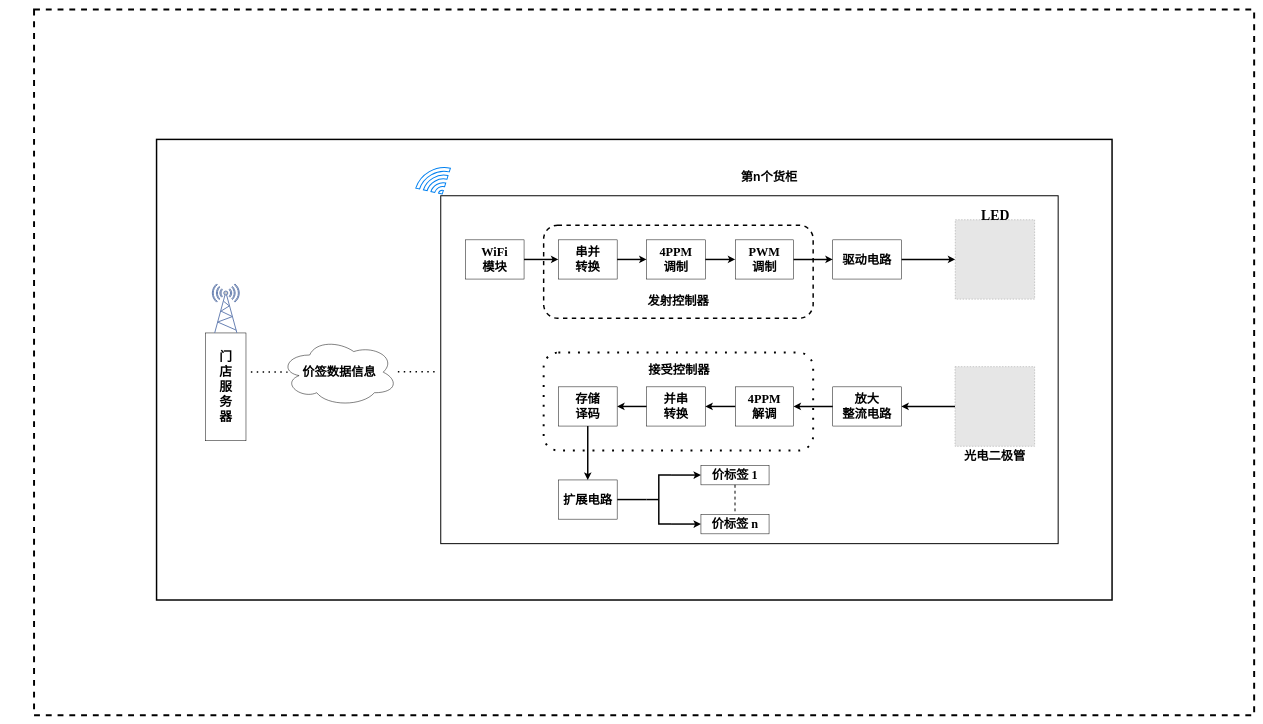
Earlier version of the draw.io diagram 图.drawio (AXYZdong/useful-things). Source tidied: cells renumbered, new cells numbered last; positions are measured from the earlier drawing's top-left corner, leaving out a move shared by most shapes. Both pictures are drawn from the tidied source at 49%, with x=0, y=0 at pixel (34, 9). Pictures stored in the file or linked from it are replaced by grey dashed boxes.
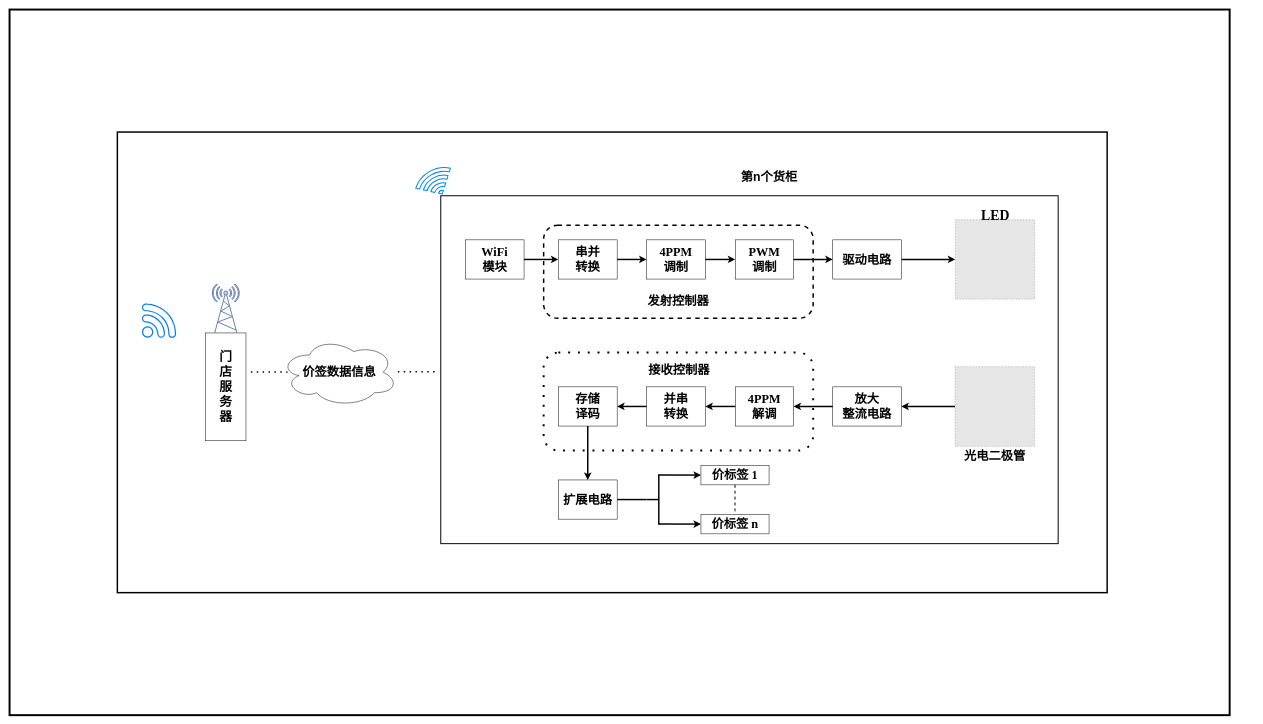
After the change.

Commit message:
光电 Li-Fi 更新图.drawio

The edit, as a diff of the source:
```diff
@@
-    <mxCell id="20" value="&lt;b&gt;&lt;font style=&quot;font-size: 25px&quot;&gt;接受控制器&lt;/font&gt;&lt;/b&gt;" style="text;html=1;strokeColor=none;fillColor=none;align=center;verticalAlign=middle;whiteSpace=wrap;rounded=0;dashed=1;fontFamily=Times New Roman;fontSize=20;" parent="1" vertex="1">
+    <mxCell id="20" value="&lt;b&gt;&lt;font style=&quot;font-size: 25px&quot;&gt;接收控制器&lt;/font&gt;&lt;/b&gt;" style="text;html=1;strokeColor=none;fillColor=none;align=center;verticalAlign=middle;whiteSpace=wrap;rounded=0;dashed=1;fontFamily=Times New Roman;fontSize=20;" parent="1" vertex="1">
       <mxGeometry x="1250" y="725" width="132.5" height="20" as="geometry" />
     </mxCell>
@@
     <mxCell id="43" style="rounded=0;whiteSpace=wrap;html=1;strokeWidth=3;fillColor=none;fontFamily=Times New Roman;fontSize=20;" parent="1" vertex="1">
-      <mxGeometry x="250" y="265" width="1950" height="940" as="geometry" />
+      <mxGeometry x="170" y="250" width="2020" height="940" as="geometry" />
     </mxCell>
@@
-    <mxCell id="45" style="rounded=0;whiteSpace=wrap;html=1;dashed=1;strokeWidth=4;fillColor=none;" parent="1" vertex="1">
-      <mxGeometry width="2490" height="1440" as="geometry" />
+    <mxCell id="45" style="rounded=0;whiteSpace=wrap;html=1;strokeWidth=4;fillColor=none;" parent="1" vertex="1">
+      <mxGeometry x="-50" width="2490" height="1440" as="geometry" />
     </mxCell>
+    <mxCell id="46" style="shadow=0;dashed=0;html=1;strokeColor=none;labelPosition=center;verticalLabelPosition=bottom;verticalAlign=top;align=center;shape=mxgraph.vvd.wi_fi;fillColor=#007FFF;" parent="1" vertex="1">
+      <mxGeometry x="220" y="600" width="70" height="70" as="geometry" />
+    </mxCell>
```
